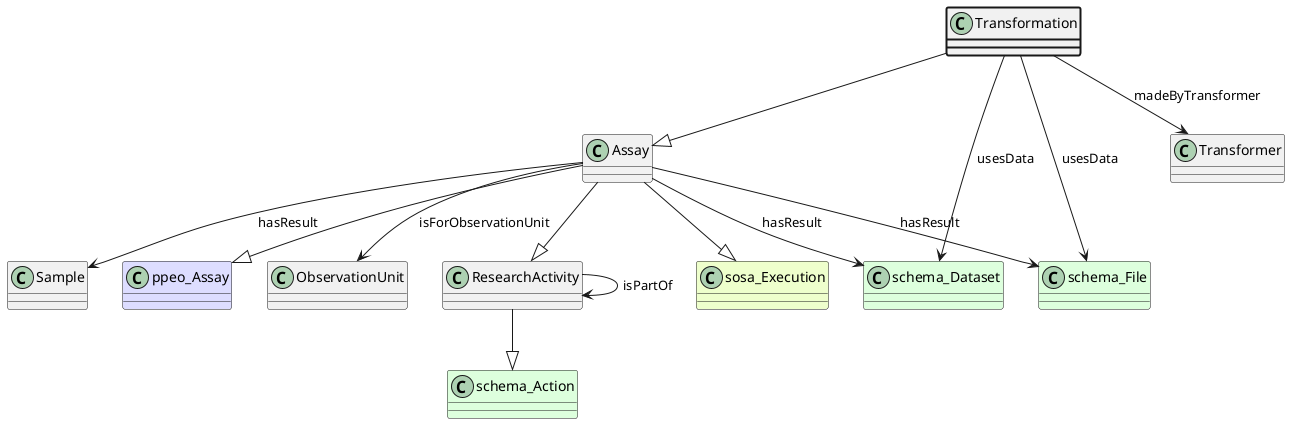
This is ttl_uml/ttl_appn_Transformation.png from aus-plant-phenomics-network/appn-schema, a PlantUML export, as it was before one commit.
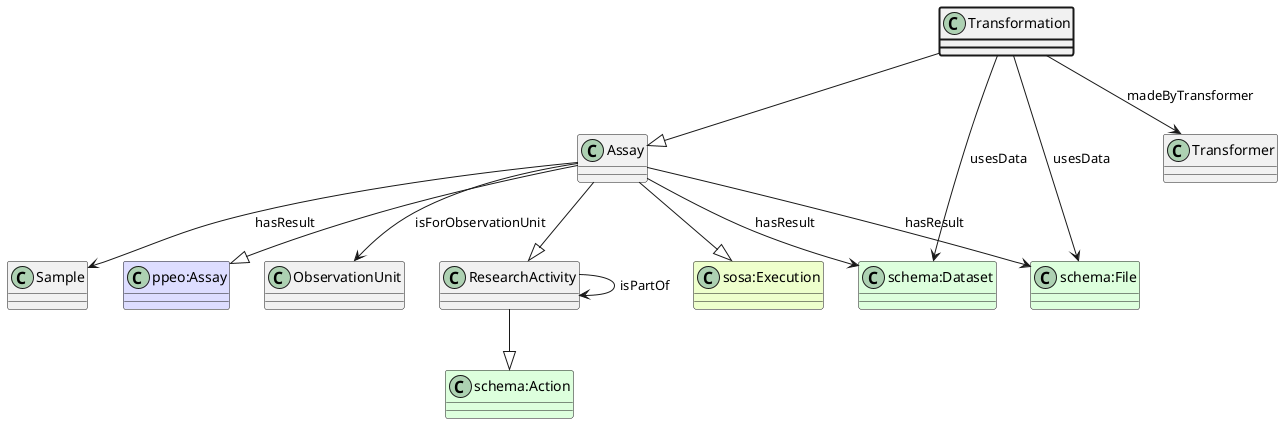
Later version of the same file.

The edit, as a diff of the source:
```diff
@@ -2,28 +2,28 @@
 class Transformation  #line.bold
 class Assay
 class ResearchActivity
-class schema_Action #DDFFDD
-ResearchActivity --|> schema_Action
+class "schema:Action" #DDFFDD
+ResearchActivity --|> "schema:Action"
 class ResearchActivity
 ResearchActivity --> ResearchActivity : isPartOf
 Assay --|> ResearchActivity
-class sosa_Execution #EEFFCC
-Assay --|> sosa_Execution
-class ppeo_Assay #DDDDFF
-Assay --|> ppeo_Assay
+class "sosa:Execution" #EEFFCC
+Assay --|> "sosa:Execution"
+class "ppeo:Assay" #DDDDFF
+Assay --|> "ppeo:Assay"
 class ObservationUnit
 Assay --> ObservationUnit : isForObservationUnit
-class schema_Dataset #DDFFDD
-Assay --> schema_Dataset : hasResult
-class schema_File #DDFFDD
-Assay --> schema_File : hasResult
+class "schema:Dataset" #DDFFDD
+Assay --> "schema:Dataset" : hasResult
+class "schema:File" #DDFFDD
+Assay --> "schema:File" : hasResult
 class Sample
 Assay --> Sample : hasResult
 Transformation --|> Assay
 class Transformer
 Transformation --> Transformer : madeByTransformer
-class schema_Dataset #DDFFDD
-Transformation --> schema_Dataset : usesData
-class schema_File #DDFFDD
-Transformation --> schema_File : usesData
+class "schema:Dataset" #DDFFDD
+Transformation --> "schema:Dataset" : usesData
+class "schema:File" #DDFFDD
+Transformation --> "schema:File" : usesData
 @enduml
```
